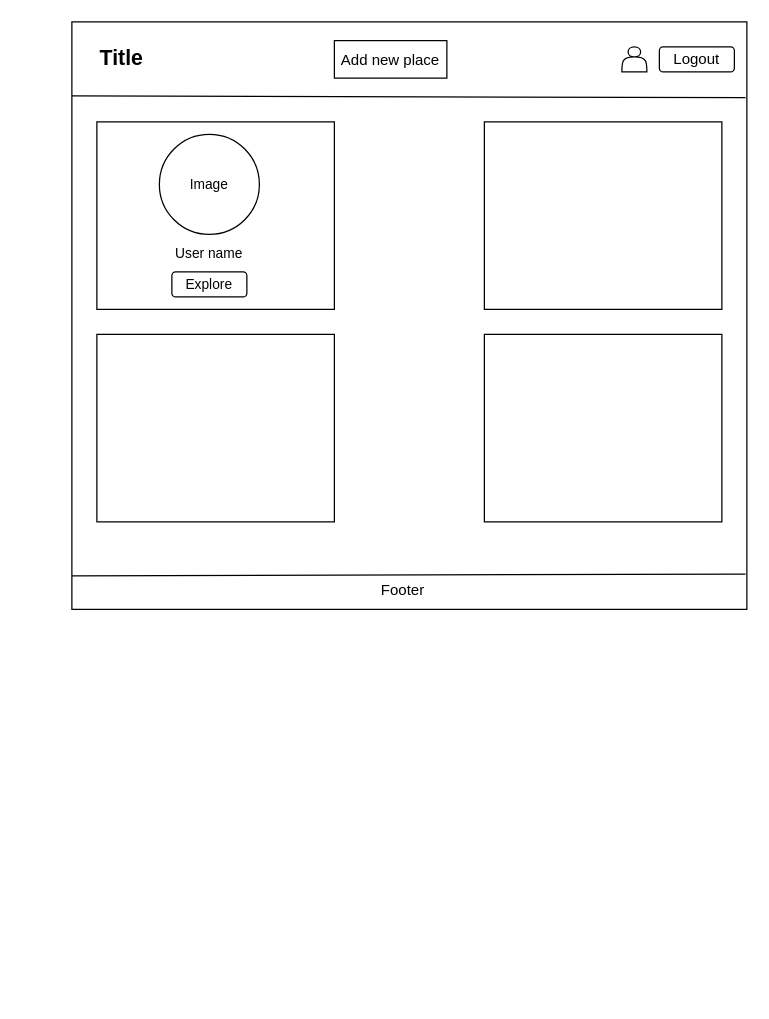
This is Untitled Diagram.drawio from muhammadgh222/share-places, a draw.io file, before an edit. Source tidied: cells renumbered, new cells numbered last; positions are measured from the earlier drawing's top-left corner, leaving out a move shared by most shapes. Both pictures are drawn from the tidied source at 125%, with x=0, y=0 at pixel (71, 21).
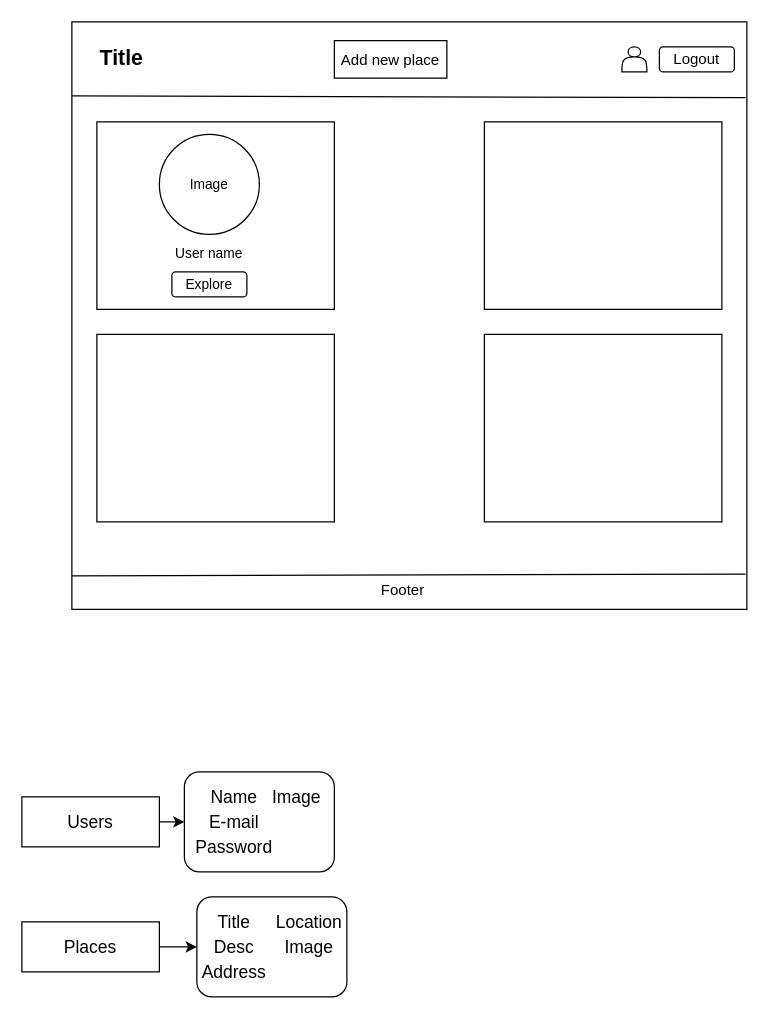
After the change.

The edit, as a diff of the source:
```diff
@@
+    <mxCell id="18" value="&lt;font style=&quot;font-size: 14px;&quot;&gt;Users&lt;/font&gt;" style="rounded=0;whiteSpace=wrap;html=1;fontSize=11;" parent="1" vertex="1">
+      <mxGeometry x="-40" y="620" width="110" height="40" as="geometry" />
+    </mxCell>
+    <mxCell id="19" value="&lt;font style=&quot;font-size: 14px;&quot;&gt;Places&lt;/font&gt;" style="rounded=0;whiteSpace=wrap;html=1;fontSize=11;" parent="1" vertex="1">
+      <mxGeometry x="-40" y="720" width="110" height="40" as="geometry" />
+    </mxCell>
+    <mxCell id="20" style="endArrow=classic;html=1;rounded=0;fontSize=14;exitX=1;exitY=0.5;exitDx=0;exitDy=0;" parent="1" edge="1" source="18">
+      <mxGeometry relative="1" as="geometry">
+        <mxPoint x="90" y="640" as="targetPoint" />
+      </mxGeometry>
+    </mxCell>
+    <mxCell id="21" style="rounded=1;whiteSpace=wrap;html=1;fontSize=14;" parent="1" vertex="1">
+      <mxGeometry x="90" y="600" width="120" height="80" as="geometry" />
+    </mxCell>
+    <mxCell id="22" value="Name" style="text;html=1;strokeColor=none;fillColor=none;align=center;verticalAlign=middle;whiteSpace=wrap;rounded=0;fontSize=14;" parent="1" vertex="1">
+      <mxGeometry x="100" y="610" width="60" height="20" as="geometry" />
+    </mxCell>
+    <mxCell id="23" value="E-mail" style="text;html=1;strokeColor=none;fillColor=none;align=center;verticalAlign=middle;whiteSpace=wrap;rounded=0;fontSize=14;" parent="1" vertex="1">
+      <mxGeometry x="100" y="630" width="60" height="20" as="geometry" />
+    </mxCell>
+    <mxCell id="24" value="Password" style="text;html=1;strokeColor=none;fillColor=none;align=center;verticalAlign=middle;whiteSpace=wrap;rounded=0;fontSize=14;" parent="1" vertex="1">
+      <mxGeometry x="100" y="650" width="60" height="20" as="geometry" />
+    </mxCell>
+    <mxCell id="25" value="Image" style="text;html=1;strokeColor=none;fillColor=none;align=center;verticalAlign=middle;whiteSpace=wrap;rounded=0;fontSize=14;" parent="1" vertex="1">
+      <mxGeometry x="150" y="610" width="60" height="20" as="geometry" />
+    </mxCell>
+    <mxCell id="26" style="endArrow=classic;html=1;rounded=0;fontSize=14;exitX=1;exitY=0.5;exitDx=0;exitDy=0;" parent="1" edge="1" source="19">
+      <mxGeometry relative="1" as="geometry">
+        <mxPoint x="100" y="740" as="targetPoint" />
+        <Array as="points">
+          <mxPoint x="80" y="740" />
+        </Array>
+      </mxGeometry>
+    </mxCell>
+    <mxCell id="27" style="rounded=1;whiteSpace=wrap;html=1;fontSize=14;" parent="1" vertex="1">
+      <mxGeometry x="100" y="700" width="120" height="80" as="geometry" />
+    </mxCell>
+    <mxCell id="28" value="Title" style="text;html=1;strokeColor=none;fillColor=none;align=center;verticalAlign=middle;whiteSpace=wrap;rounded=0;fontSize=14;" parent="1" vertex="1">
+      <mxGeometry x="100" y="710" width="60" height="20" as="geometry" />
+    </mxCell>
+    <mxCell id="29" value="Desc" style="text;html=1;strokeColor=none;fillColor=none;align=center;verticalAlign=middle;whiteSpace=wrap;rounded=0;fontSize=14;" parent="1" vertex="1">
+      <mxGeometry x="100" y="730" width="60" height="20" as="geometry" />
+    </mxCell>
+    <mxCell id="30" value="Address" style="text;html=1;strokeColor=none;fillColor=none;align=center;verticalAlign=middle;whiteSpace=wrap;rounded=0;fontSize=14;" parent="1" vertex="1">
+      <mxGeometry x="100" y="750" width="60" height="20" as="geometry" />
+    </mxCell>
+    <mxCell id="31" value="Location" style="text;html=1;strokeColor=none;fillColor=none;align=center;verticalAlign=middle;whiteSpace=wrap;rounded=0;fontSize=14;" parent="1" vertex="1">
+      <mxGeometry x="160" y="710" width="60" height="20" as="geometry" />
+    </mxCell>
+    <mxCell id="32" value="Image" style="text;html=1;strokeColor=none;fillColor=none;align=center;verticalAlign=middle;whiteSpace=wrap;rounded=0;fontSize=14;" parent="1" vertex="1">
+      <mxGeometry x="160" y="730" width="60" height="20" as="geometry" />
+    </mxCell>
```
